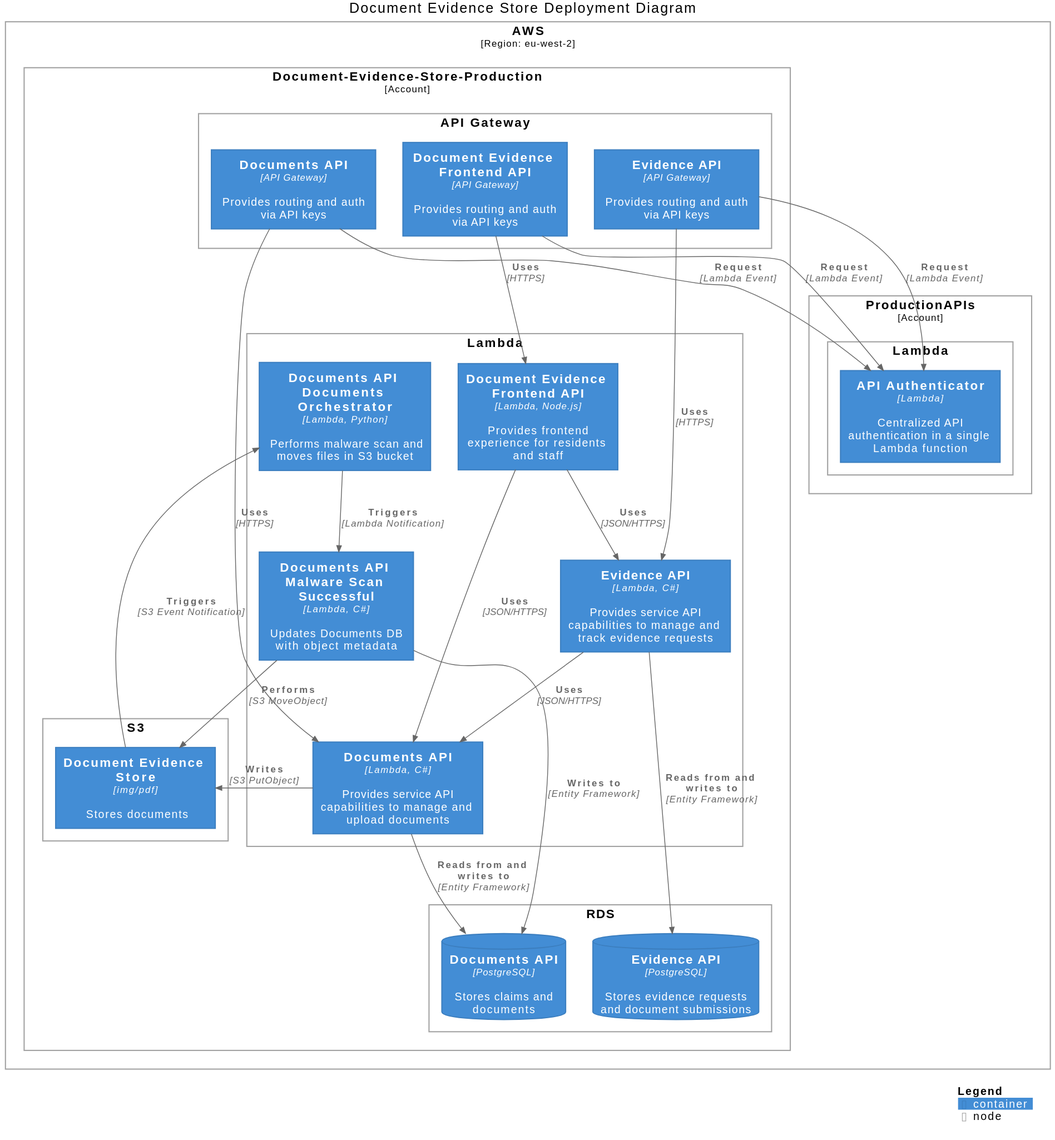
The PlantUML diagram docs/diagrams/deployment.svg in LBHackney-IT/evidence-api, before a commit.
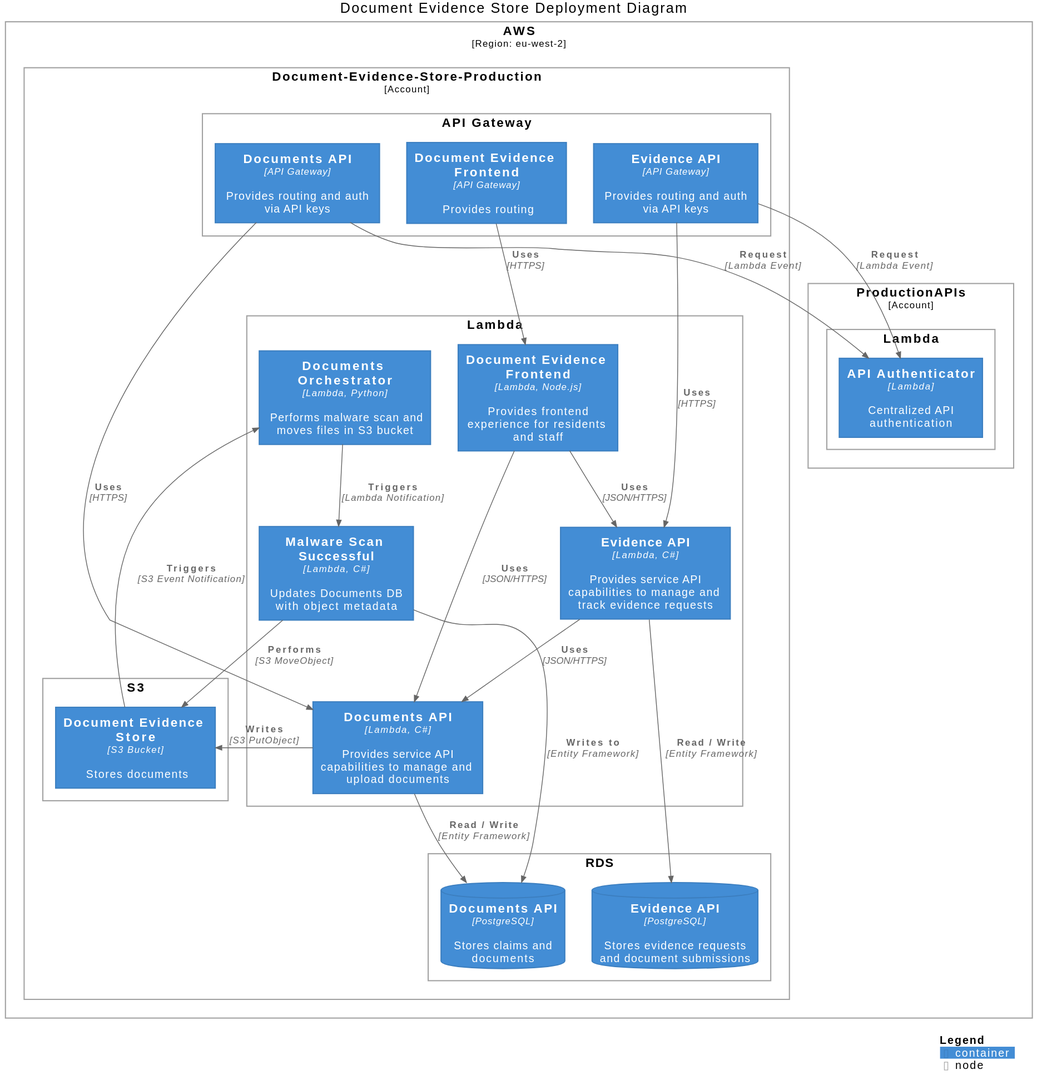
After the change.

Commit message:
DES-314: tidy up lambda names and arrow labels

What changed in the source:
```diff
@@ -7,7 +7,7 @@
 Deployment_Node(aws, "AWS", "Region: eu-west-2") {
   Deployment_Node(aws_production_apis, "ProductionAPIs", "Account") {
     Deployment_Node(aws_production_apis_lambda, "Lambda") {
-      Container(api_authenticator, "API Authenticator", "Lambda", "Centralized API authentication in a single Lambda function")
+      Container(api_authenticator, "API Authenticator", "Lambda", "Centralized API authentication")
     }
   }
 
@@ -16,15 +16,15 @@
     Deployment_Node(aws_des_production_api_gateway, "API Gateway") {
       Container(evidence_api_gateway, "Evidence API", "API Gateway", "Provides routing and auth via API keys")
       Container(documents_api_gateway, "Documents API", "API Gateway", "Provides routing and auth via API keys")
-      Container(document_evidence_frontend_api_gateway, "Document Evidence Frontend API", "API Gateway", "Provides routing and auth via API keys")
+      Container(document_evidence_frontend_api_gateway, "Document Evidence Frontend", "API Gateway", "Provides routing")
     }
 
     Deployment_Node(aws_des_production_lambda, "Lambda") {
       Container(evidence_api_lambda, "Evidence API", "Lambda, C#", "Provides service API capabilities to manage and track evidence requests")
       Container(documents_api_lambda, "Documents API", "Lambda, C#", "Provides service API capabilities to manage and upload documents")
-      Container(document_evidence_frontend_api_lambda, "Document Evidence Frontend API", "Lambda, Node.js", "Provides frontend experience for residents and staff")
-      Container(documents_api_documents_orchestrator_lambda, "Documents API Documents Orchestrator", "Lambda, Python", "Performs malware scan and moves files in S3 bucket")
-      Container(documents_api_malware_scan_successful_lambda, "Documents API Malware Scan Successful", "Lambda, C#", "Updates Documents DB with object metadata")
+      Container(document_evidence_frontend_api_lambda, "Document Evidence Frontend", "Lambda, Node.js", "Provides frontend experience for residents and staff")
+      Container(documents_orchestrator_lambda, "Documents Orchestrator", "Lambda, Python", "Performs malware scan and moves files in S3 bucket")
+      Container(malware_scan_successful_lambda, "Malware Scan Successful", "Lambda, C#", "Updates Documents DB with object metadata")
     }
 
     Deployment_Node(aws_des_production_rds, "RDS") {
@@ -33,30 +33,29 @@
     }
 
     Deployment_Node(aws_des_production_s3, "S3") {
-      Container(documents_s3, "Document Evidence Store", "img/pdf", "Stores documents")
+      Container(documents_s3, "Document Evidence Store", "S3 Bucket", "Stores documents")
     }
 }
 
 Rel(evidence_api_gateway, api_authenticator, "Request", "Lambda Event")
 Rel(documents_api_gateway, api_authenticator, "Request", "Lambda Event")
-Rel(document_evidence_frontend_api_gateway, api_authenticator, "Request", "Lambda Event")
 
 Rel(document_evidence_frontend_api_gateway, document_evidence_frontend_api_lambda, "Uses", "HTTPS")
 Rel(document_evidence_frontend_api_lambda, evidence_api_lambda, "Uses", "JSON/HTTPS")
 Rel(document_evidence_frontend_api_lambda, documents_api_lambda, "Uses", "JSON/HTTPS")
 
 Rel(evidence_api_gateway, evidence_api_lambda, "Uses", "HTTPS")
-Rel(evidence_api_lambda, evidence_api_rds, "Reads from and writes to", "Entity Framework")
+Rel(evidence_api_lambda, evidence_api_rds, "Read / Write", "Entity Framework")
 Rel(evidence_api_lambda, documents_api_lambda, "Uses", "JSON/HTTPS")
 
 Rel(documents_api_gateway, documents_api_lambda, "Uses", "HTTPS")
-Rel(documents_api_lambda, documents_api_rds, "Reads from and writes to", "Entity Framework")
-Rel(documents_api_malware_scan_successful_lambda, documents_api_rds, "Writes to", "Entity Framework")
+Rel(documents_api_lambda, documents_api_rds, "Read / Write", "Entity Framework")
+Rel(malware_scan_successful_lambda, documents_api_rds, "Writes to", "Entity Framework")
 
 Rel(documents_api_lambda, documents_s3, "Writes", "S3 PutObject")
-Rel(documents_s3, documents_api_documents_orchestrator_lambda, "Triggers", "S3 Event Notification")
-Rel(documents_api_documents_orchestrator_lambda, documents_api_malware_scan_successful_lambda, "Triggers", "Lambda Notification")
-Rel(documents_api_malware_scan_successful_lambda, documents_s3, "Performs", "S3 MoveObject")
+Rel(documents_s3, documents_orchestrator_lambda, "Triggers", "S3 Event Notification")
+Rel(documents_orchestrator_lambda, malware_scan_successful_lambda, "Triggers", "Lambda Notification")
+Rel(malware_scan_successful_lambda, documents_s3, "Performs", "S3 MoveObject")
 
 SHOW_DYNAMIC_LEGEND()
 @enduml
```
